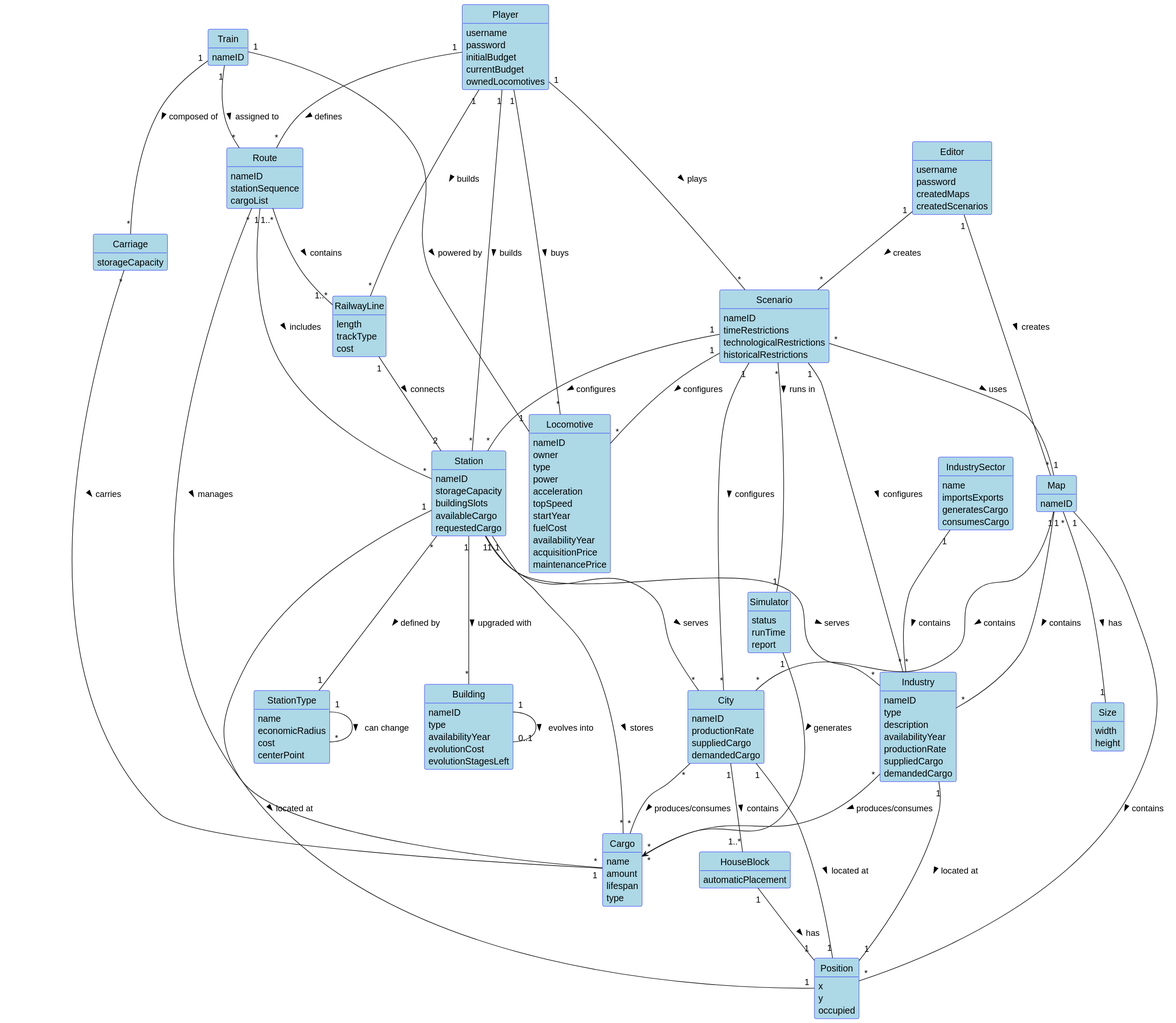
Above: docs/system-documentation/global-artifacts/02.analysis/svg/DomainModel.svg in HenriqueSilva18/Railway-Network-Simulator (PlantUML), before the change. The source it was exported from:
```plantuml
@startuml
skinparam shadowing false
skinparam classAttributeIconSize 0
skinparam class {
  BackgroundColor LightBlue
  BorderColor Blue
}
skinparam enum {
  BackgroundColor LightBlue
  BorderColor Blue
}
hide circle
hide methods

class Player {
  username
  password
  initialBudget
  currentBudget
  ownedLocomotives
}

class Editor {
  username
  password
  createdMaps
  createdScenarios
}

class Map {
  nameID
}

class Size {
  width
  height
}

class Position {
  x
  y
  occupied
}

class Scenario {
  nameID
  timeRestrictions
  technologicalRestrictions
  historicalRestrictions
}

class Simulator {
  status
  runTime
  report
}

class City {
  nameID
  productionRate
  suppliedCargo
  demandedCargo
}

class HouseBlock {
  automaticPlacement
}

class Industry {
  nameID
  type
  description
  availabilityYear
  productionRate
  suppliedCargo
  demandedCargo
}

class IndustrySector {
  name
  importsExports
  generatesCargo
  consumesCargo
}

class Cargo {
  name
  amount
  lifespan
  type
}

class Station {
  nameID
  storageCapacity
  buildingSlots
  availableCargo
  requestedCargo
}

class StationType {
  name
  economicRadius
  cost
  centerPoint
}

class Building {
  nameID
  type
  availabilityYear
  evolutionCost
  evolutionStagesLeft
}

class RailwayLine {
  length
  trackType
  cost
}

class Locomotive {
  nameID
  owner
  type
  power
  acceleration
  topSpeed
  startYear
  fuelCost
  availabilityYear
  acquisitionPrice
  maintenancePrice
}

class Train {
  nameID
}

class Carriage {
  storageCapacity
}

class Route {
  nameID
  stationSequence
  cargoList
}

Editor "1" -- "*" Map : creates >
Editor "1" -- "*" Scenario : creates >
Scenario "*" -- "1" Map : uses >
Player "1" -- "*" Scenario : plays >
Scenario "*" -- "1" Simulator : runs in >
Map "1" -- "*" City : contains >
Map "1" -- "*" Industry : contains >
Map "*" -- "1" Size : has >
City "*" -- "*" Cargo : produces/consumes >
Player "1" -- "*" Station : builds >
Player "1" -- "*" RailwayLine : builds >
Station "1" -- "*" Building : upgraded with >
Station "1" -- "*" City : serves >
Station "1" -- "*" Industry : serves >
Station "1" -- "*" Cargo : stores >
RailwayLine "1" -- "2" Station : connects >
Player "1" -- "*" Locomotive : buys >
Train "1" -- "1" Locomotive : powered by >
Train "1" -- "*" Carriage : composed of >
Carriage "*" -- "1" Cargo : carries >
Train "1" -- "*" Route : assigned to >
Route "1" -- "*" Station : includes >
Route "*" -- "*" Cargo : manages >
Scenario "1" -- "*" Locomotive : configures >
Scenario "1" -- "*" Industry : configures >
Scenario "1" -- "*" Station : configures >
Route "1..*" -- "1..*" RailwayLine : contains >
Building "1" -- "0..1" Building : evolves into >
Player "1" -- "*" Route : defines >
Simulator "1" --> "*" Cargo : generates >
Scenario "1" -- "*" City : configures >
City "1" -- "1" Position : located at >
Industry "1" -- "1" Position : located at >
Station "1" -- "1" Position : located at >
Map "1" -- "*" Position : contains >
City "1" -- "1..*" HouseBlock : contains >
HouseBlock "1" -- "1" Position : has >
IndustrySector "1" -- "*" Industry : contains >

Industry "*" -- "*" Cargo : produces/consumes >

Station "*" -- "1" StationType : defined by >

StationType "1" -- "*" StationType : can change >
@enduml
```
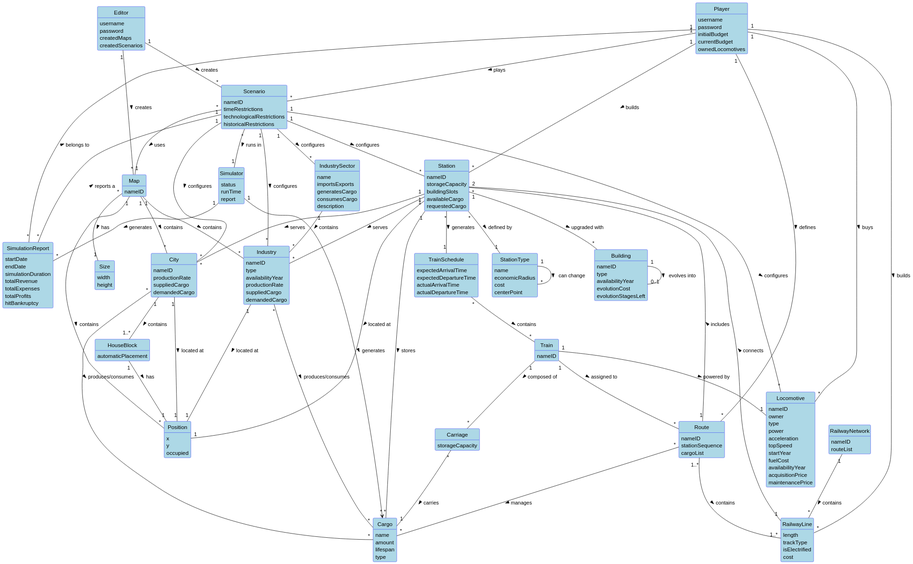
Above is the later version.

Commit message:
Domain Model and analysis updated

Diff of the diagram source:
```diff
@@ -55,6 +55,18 @@
   report
 }
 
+class SimulationReport {
+    startDate
+    endDate
+    simulationDuration
+    totalRevenue
+    totalExpenses
+    totalProfits
+    hitBankruptcy
+}
+
+
+
 class City {
   nameID
   productionRate
@@ -69,7 +81,6 @@
 class Industry {
   nameID
   type
-  description
   availabilityYear
   productionRate
   suppliedCargo
@@ -81,6 +92,7 @@
   importsExports
   generatesCargo
   consumesCargo
+  description
 }
 
 class Cargo {
@@ -105,6 +117,13 @@
   centerPoint
 }
 
+class TrainSchedule {
+  expectedArrivalTime
+  expectedDepartureTime
+  actualArrivalTime
+  actualDepartureTime
+}
+
 class Building {
   nameID
   type
@@ -116,8 +135,14 @@
 class RailwayLine {
   length
   trackType
+  isElectrified
   cost
 }
+
+class RailwayNetwork{
+    nameID
+    routeList
+    }
 
 class Locomotive {
   nameID
@@ -172,6 +197,7 @@
 Route "*" -- "*" Cargo : manages >
 Scenario "1" -- "*" Locomotive : configures >
 Scenario "1" -- "*" Industry : configures >
+Scenario "1" -- "*" IndustrySector : configures >
 Scenario "1" -- "*" Station : configures >
 Route "1..*" -- "1..*" RailwayLine : contains >
 Building "1" -- "0..1" Building : evolves into >
@@ -185,10 +211,13 @@
 City "1" -- "1..*" HouseBlock : contains >
 HouseBlock "1" -- "1" Position : has >
 IndustrySector "1" -- "*" Industry : contains >
-
 Industry "*" -- "*" Cargo : produces/consumes >
-
 Station "*" -- "1" StationType : defined by >
-
 StationType "1" -- "*" StationType : can change >
+TrainSchedule "*" -- "*" Train: contains >
+Station "*" -- "1" TrainSchedule: generates >
+RailwayNetwork "1" -- "*" RailwayLine : contains >
+Simulator "1" -- "*" SimulationReport : generates >
+SimulationReport "*" -- "1" Scenario : reports a >
+SimulationReport "*" -- "1" Player : belongs to >
 @enduml
```
